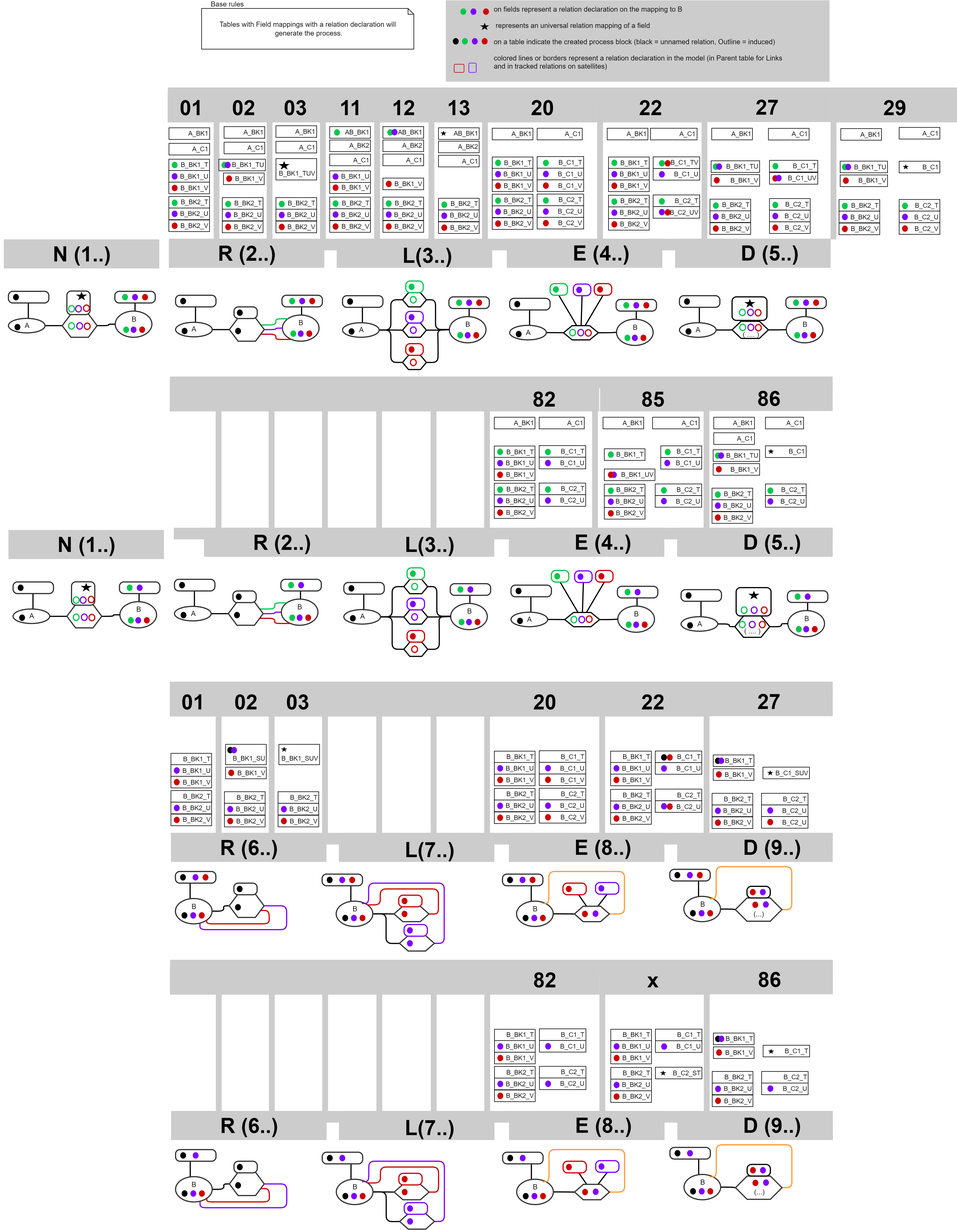
cimt-ag/data_vault_pipelinedescription keeps this draw.io diagram as documentation/images/relation_process_generation_scenarios.drawio.png. Above is the earlier version. Source tidied: cells renumbered, new cells last; positions are measured from the earlier drawing's top-left corner, leaving out a move shared by most shapes.
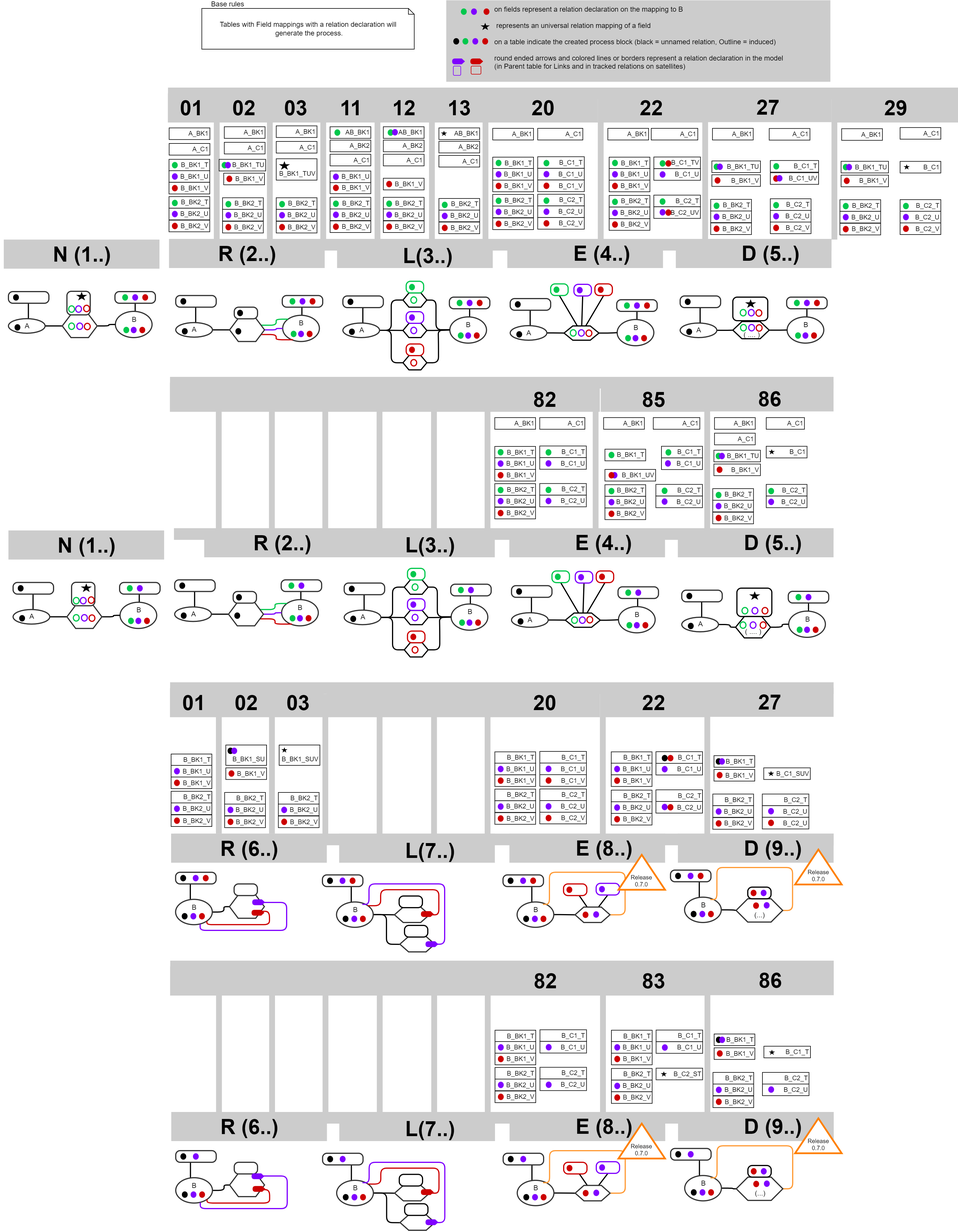
Above is the later version.

What changed in the source:
```diff
@@ -28,3 +28,3 @@
     </mxCell>
-    <mxCell id="10" value="on fields represent a relation declaration on the mapping to B&#10;&#10; represents an universal relation mapping of a field&#10;&#10;on a table indicate the created process block (black = unnamed relation, Outline = induced)&#10;&#10;colored lines or borders represent a relation declaration in the model (in Parent table for Links&#10;and in tracked relations on satellites) " style="shape=rect;shadow=0;strokeWidth=0;strokeColor=none;fillColor=#cccccc;opacity=100.0;nl2Br=0;verticalAlign=top;align=left;spacingLeft=81;spacingRight=0;spacingTop=2;spacingBottom=2;gliffyId=392;" parent="1" vertex="1">
+    <mxCell id="10" value="on fields represent a relation declaration on the mapping to B&#10;&#10; represents an universal relation mapping of a field&#10;&#10;on a table indicate the created process block (black = unnamed relation, Outline = induced)&#10;&#10;round ended arrows and colored lines or borders represent a relation declaration in the model &#10;(in Parent table for Links and in tracked relations on satellites) " style="shape=rect;shadow=0;strokeWidth=0;strokeColor=none;fillColor=#cccccc;opacity=100.0;nl2Br=0;verticalAlign=top;align=left;spacingLeft=81;spacingRight=0;spacingTop=2;spacingBottom=2;gliffyId=392;" parent="1" vertex="1">
       <mxGeometry x="760.2" width="660" height="140" as="geometry" />
@@ -265,3 +265,3 @@
     </mxCell>
-    <mxCell id="78" style="ellipse;whiteSpace=wrap;html=1;strokeColor=none;fillColor=#7f00ff;" parent="1" vertex="1">
+    <mxCell id="78" style="ellipse;whiteSpace=wrap;html=1;strokeColor=none;fillColor=#7F00FF;" parent="1" vertex="1">
       <mxGeometry x="802.9" y="14" width="10" height="11" as="geometry" />
@@ -274,3 +274,3 @@
     </mxCell>
-    <mxCell id="81" style="ellipse;whiteSpace=wrap;html=1;strokeColor=none;fillColor=#00c74c;" parent="1" vertex="1">
+    <mxCell id="81" style="ellipse;whiteSpace=wrap;html=1;strokeColor=none;fillColor=#00C74C;" parent="1" vertex="1">
       <mxGeometry x="788.1" y="65" width="10" height="11" as="geometry" />
@@ -280,3 +280,3 @@
     </mxCell>
-    <mxCell id="83" style="ellipse;whiteSpace=wrap;html=1;strokeColor=none;fillColor=#cc0000;" parent="1" vertex="1">
+    <mxCell id="83" style="ellipse;whiteSpace=wrap;html=1;strokeColor=none;fillColor=#CC0000;" parent="1" vertex="1">
       <mxGeometry x="822.1" y="65" width="10" height="11" as="geometry" />
@@ -284,6 +284,6 @@
     <mxCell id="84" style="rounded=1;whiteSpace=wrap;html=1;fontFamily=Helvetica;fontSize=11;fontColor=default;strokeColor=#7f00ff;fillColor=none;" parent="1" vertex="1">
-      <mxGeometry x="799.9" y="108" width="12.8" height="16" as="geometry" />
+      <mxGeometry x="772.4" y="113" width="12.8" height="16" as="geometry" />
     </mxCell>
     <mxCell id="85" style="rounded=1;whiteSpace=wrap;html=1;fontFamily=Helvetica;fontSize=11;fontColor=default;strokeColor=#cc0000;fillColor=none;" parent="1" vertex="1">
-      <mxGeometry x="774.6" y="110" width="17" height="14" as="geometry" />
+      <mxGeometry x="802.9" y="113" width="17" height="14" as="geometry" />
     </mxCell>
@@ -912,5 +912,5 @@
         <Array as="points">
-          <mxPoint x="486.5" y="1557.2" />
-          <mxPoint x="486.5" y="1598.2" />
-          <mxPoint x="337.5" y="1598.2" />
+          <mxPoint x="486" y="1550" />
+          <mxPoint x="486" y="1598" />
+          <mxPoint x="337" y="1598" />
         </Array>
@@ -930,5 +930,2 @@
     </mxCell>
-    <mxCell id="263" style="ellipse;whiteSpace=wrap;html=1;strokeColor=none;fillColor=#000000;" parent="1" vertex="1">
-      <mxGeometry x="397.7" y="1554.2" width="10" height="11" as="geometry" />
-    </mxCell>
     <mxCell id="264" style="ellipse;whiteSpace=wrap;html=1;strokeColor=none;fillColor=#7f00ff;" parent="1" vertex="1">
@@ -948,5 +945,2 @@
     </mxCell>
-    <mxCell id="269" style="ellipse;whiteSpace=wrap;html=1;strokeColor=none;fillColor=#000000;" parent="1" vertex="1">
-      <mxGeometry x="400.7" y="1522.7" width="10" height="11" as="geometry" />
-    </mxCell>
     <mxCell id="270" style="ellipse;whiteSpace=wrap;html=1;strokeColor=none;fillColor=#000000;" parent="1" vertex="1">
@@ -1010,5 +1004,2 @@
     </mxCell>
-    <mxCell id="280" style="ellipse;whiteSpace=wrap;html=1;strokeColor=none;fillColor=#CC0000;" parent="1" vertex="1">
-      <mxGeometry x="684.3" y="1565.7" width="10" height="11" as="geometry" />
-    </mxCell>
     <mxCell id="281" style="ellipse;whiteSpace=wrap;html=1;strokeColor=none;fillColor=#7f00ff;" parent="1" vertex="1">
@@ -1025,8 +1016,5 @@
     </mxCell>
-    <mxCell id="285" value="&lt;div style=&quot;width: 93.0px;height:auto;word-break: break-word;&quot;&gt;&lt;div align=&quot;center&quot;&gt;&lt;br&gt;&lt;/div&gt;&lt;/div&gt;" style="shape=rect;rounded=1;arcSize=15;absoluteArcSize=1;shadow=0;strokeWidth=2;fillColor=#FFFFFF;strokeColor=#CC0000;opacity=100.0;html=1;nl2Br=0;verticalAlign=middle;align=center;spacingLeft=2.0;spacingRight=0;whiteSpace=wrap;gliffyId=15;" parent="1" vertex="1">
+    <mxCell id="285" value="&lt;div style=&quot;width: 93.0px;height:auto;word-break: break-word;&quot;&gt;&lt;div align=&quot;center&quot;&gt;&lt;br&gt;&lt;/div&gt;&lt;/div&gt;" style="shape=rect;rounded=1;arcSize=15;absoluteArcSize=1;shadow=0;strokeWidth=2;fillColor=#FFFFFF;strokeColor=#000000;opacity=100.0;html=1;nl2Br=0;verticalAlign=middle;align=center;spacingLeft=2.0;spacingRight=0;whiteSpace=wrap;gliffyId=15;" parent="1" vertex="1">
       <mxGeometry x="679.3" y="1539" width="40" height="20" as="geometry" />
     </mxCell>
-    <mxCell id="286" style="ellipse;whiteSpace=wrap;html=1;strokeColor=none;fillColor=#CC0000;" parent="1" vertex="1">
-      <mxGeometry x="684.3" y="1543.5" width="10" height="11" as="geometry" />
-    </mxCell>
     <mxCell id="287" style="ellipse;whiteSpace=wrap;html=1;strokeColor=none;fillColor=#000000;" parent="1" vertex="1">
@@ -1040,11 +1028,5 @@
     </mxCell>
-    <mxCell id="290" style="ellipse;whiteSpace=wrap;html=1;strokeColor=none;fillColor=#7F00FF;" parent="1" vertex="1">
-      <mxGeometry x="693.5" y="1616.2" width="10" height="11" as="geometry" />
-    </mxCell>
-    <mxCell id="291" value="&lt;div style=&quot;width: 93.0px;height:auto;word-break: break-word;&quot;&gt;&lt;div align=&quot;center&quot;&gt;&lt;br&gt;&lt;/div&gt;&lt;/div&gt;" style="shape=rect;rounded=1;arcSize=15;absoluteArcSize=1;shadow=0;strokeWidth=2;fillColor=#FFFFFF;strokeColor=#7F00FF;opacity=100.0;html=1;nl2Br=0;verticalAlign=middle;align=center;spacingLeft=2.0;spacingRight=0;whiteSpace=wrap;gliffyId=15;" parent="1" vertex="1">
+    <mxCell id="291" value="&lt;div style=&quot;width: 93.0px;height:auto;word-break: break-word;&quot;&gt;&lt;div align=&quot;center&quot;&gt;&lt;br&gt;&lt;/div&gt;&lt;/div&gt;" style="shape=rect;rounded=1;arcSize=15;absoluteArcSize=1;shadow=0;strokeWidth=2;fillColor=#FFFFFF;strokeColor=#000000;opacity=100.0;html=1;nl2Br=0;verticalAlign=middle;align=center;spacingLeft=2.0;spacingRight=0;whiteSpace=wrap;gliffyId=15;" parent="1" vertex="1">
       <mxGeometry x="688.5" y="1589.5" width="40" height="20" as="geometry" />
     </mxCell>
-    <mxCell id="292" style="ellipse;whiteSpace=wrap;html=1;strokeColor=none;fillColor=#7F00FF;" parent="1" vertex="1">
-      <mxGeometry x="693.5" y="1594" width="10" height="11" as="geometry" />
-    </mxCell>
     <mxCell id="293" style="shape=filledEdge;strokeWidth=2;strokeColor=#000000;fillColor=none;startArrow=none;startFill=0;startSize=6;endArrow=none;endFill=0;endSize=6;rounded=1;gliffyId=17;edgeStyle=orthogonalEdgeStyle;" parent="1" edge="1">
@@ -2143,5 +2125,5 @@
         <Array as="points">
-          <mxPoint x="486.7" y="2035.5" />
-          <mxPoint x="486.7" y="2076.4" />
-          <mxPoint x="337.7" y="2076.4" />
+          <mxPoint x="487" y="2020" />
+          <mxPoint x="487" y="2076" />
+          <mxPoint x="338" y="2076" />
         </Array>
@@ -2161,5 +2143,2 @@
     </mxCell>
-    <mxCell id="646" style="ellipse;whiteSpace=wrap;html=1;strokeColor=none;fillColor=#000000;" parent="1" vertex="1">
-      <mxGeometry x="398" y="2032.5" width="10" height="11" as="geometry" />
-    </mxCell>
     <mxCell id="647" style="ellipse;whiteSpace=wrap;html=1;strokeColor=none;fillColor=#7f00ff;" parent="1" vertex="1">
@@ -2176,5 +2155,2 @@
     </mxCell>
-    <mxCell id="651" style="ellipse;whiteSpace=wrap;html=1;strokeColor=none;fillColor=#000000;" parent="1" vertex="1">
-      <mxGeometry x="401" y="2001" width="10" height="11" as="geometry" />
-    </mxCell>
     <mxCell id="652" style="ellipse;whiteSpace=wrap;html=1;strokeColor=none;fillColor=#000000;" parent="1" vertex="1">
@@ -2238,5 +2214,2 @@
     </mxCell>
-    <mxCell id="662" style="ellipse;whiteSpace=wrap;html=1;strokeColor=none;fillColor=#CC0000;" parent="1" vertex="1">
-      <mxGeometry x="684.5" y="2043.9" width="10" height="11" as="geometry" />
-    </mxCell>
     <mxCell id="663" style="ellipse;whiteSpace=wrap;html=1;strokeColor=none;fillColor=#7f00ff;" parent="1" vertex="1">
@@ -2250,8 +2223,5 @@
     </mxCell>
-    <mxCell id="666" value="&lt;div style=&quot;width: 93.0px;height:auto;word-break: break-word;&quot;&gt;&lt;div align=&quot;center&quot;&gt;&lt;br&gt;&lt;/div&gt;&lt;/div&gt;" style="shape=rect;rounded=1;arcSize=15;absoluteArcSize=1;shadow=0;strokeWidth=2;fillColor=#FFFFFF;strokeColor=#CC0000;opacity=100.0;html=1;nl2Br=0;verticalAlign=middle;align=center;spacingLeft=2.0;spacingRight=0;whiteSpace=wrap;gliffyId=15;" parent="1" vertex="1">
+    <mxCell id="666" value="&lt;div style=&quot;width: 93.0px;height:auto;word-break: break-word;&quot;&gt;&lt;div align=&quot;center&quot;&gt;&lt;br&gt;&lt;/div&gt;&lt;/div&gt;" style="shape=rect;rounded=1;arcSize=15;absoluteArcSize=1;shadow=0;strokeWidth=2;fillColor=#FFFFFF;strokeColor=#000000;opacity=100.0;html=1;nl2Br=0;verticalAlign=middle;align=center;spacingLeft=2.0;spacingRight=0;whiteSpace=wrap;gliffyId=15;" parent="1" vertex="1">
       <mxGeometry x="679.5" y="2017.2" width="40" height="20" as="geometry" />
     </mxCell>
-    <mxCell id="667" style="ellipse;whiteSpace=wrap;html=1;strokeColor=none;fillColor=#CC0000;" parent="1" vertex="1">
-      <mxGeometry x="684.5" y="2021.7" width="10" height="11" as="geometry" />
-    </mxCell>
     <mxCell id="668" style="ellipse;whiteSpace=wrap;html=1;strokeColor=none;fillColor=#000000;" parent="1" vertex="1">
@@ -2265,11 +2235,5 @@
     </mxCell>
-    <mxCell id="671" style="ellipse;whiteSpace=wrap;html=1;strokeColor=none;fillColor=#7F00FF;" parent="1" vertex="1">
-      <mxGeometry x="693.8" y="2094.4" width="10" height="11" as="geometry" />
-    </mxCell>
-    <mxCell id="672" value="&lt;div style=&quot;width: 93.0px;height:auto;word-break: break-word;&quot;&gt;&lt;div align=&quot;center&quot;&gt;&lt;br&gt;&lt;/div&gt;&lt;/div&gt;" style="shape=rect;rounded=1;arcSize=15;absoluteArcSize=1;shadow=0;strokeWidth=2;fillColor=#FFFFFF;strokeColor=#7F00FF;opacity=100.0;html=1;nl2Br=0;verticalAlign=middle;align=center;spacingLeft=2.0;spacingRight=0;whiteSpace=wrap;gliffyId=15;" parent="1" vertex="1">
+    <mxCell id="672" value="&lt;div style=&quot;width: 93.0px;height:auto;word-break: break-word;&quot;&gt;&lt;div align=&quot;center&quot;&gt;&lt;br&gt;&lt;/div&gt;&lt;/div&gt;" style="shape=rect;rounded=1;arcSize=15;absoluteArcSize=1;shadow=0;strokeWidth=2;fillColor=#FFFFFF;strokeColor=#000000;opacity=100.0;html=1;nl2Br=0;verticalAlign=middle;align=center;spacingLeft=2.0;spacingRight=0;whiteSpace=wrap;gliffyId=15;" parent="1" vertex="1">
       <mxGeometry x="688.8" y="2067.7" width="40" height="20" as="geometry" />
     </mxCell>
-    <mxCell id="673" style="ellipse;whiteSpace=wrap;html=1;strokeColor=none;fillColor=#7F00FF;" parent="1" vertex="1">
-      <mxGeometry x="693.8" y="2072.2" width="10" height="11" as="geometry" />
-    </mxCell>
     <mxCell id="674" style="shape=filledEdge;strokeWidth=2;strokeColor=#000000;fillColor=none;startArrow=none;startFill=0;startSize=6;endArrow=none;endFill=0;endSize=6;rounded=1;gliffyId=17;edgeStyle=orthogonalEdgeStyle;" parent="1" edge="1">
@@ -2513,3 +2477,3 @@
     </mxCell>
-    <mxCell id="743" value="&lt;div style=&quot;width: 43.0px;height:auto;word-break: break-word;&quot;&gt;&lt;div align=&quot;center&quot;&gt;&lt;span style=&quot;font-family: Helvetica; font-size: 36px; text-decoration: none; line-height: 36px; font-weight: bold;&quot;&gt;x&lt;/span&gt;&lt;/div&gt;&lt;/div&gt;" style="shape=rect;shadow=0;strokeWidth=0;strokeColor=none;fillColor=#cccccc;opacity=100.0;html=1;nl2Br=0;verticalAlign=top;align=center;spacingLeft=2.0;spacingRight=0;spacingTop=1.0;spacingBottom=8;whiteSpace=wrap;gliffyId=345;" parent="1" vertex="1">
+    <mxCell id="743" value="&lt;div style=&quot;width: 43.0px;height:auto;word-break: break-word;&quot;&gt;&lt;div align=&quot;center&quot;&gt;&lt;span style=&quot;font-family: Helvetica; font-size: 36px; text-decoration: none; line-height: 36px; font-weight: bold;&quot;&gt;83&lt;/span&gt;&lt;/div&gt;&lt;/div&gt;" style="shape=rect;shadow=0;strokeWidth=0;strokeColor=none;fillColor=#cccccc;opacity=100.0;html=1;nl2Br=0;verticalAlign=top;align=center;spacingLeft=2.0;spacingRight=0;spacingTop=1.0;spacingBottom=8;whiteSpace=wrap;gliffyId=345;" parent="1" vertex="1">
       <mxGeometry x="1026" y="1660" width="180" height="50" as="geometry" />
@@ -2943,2 +2907,44 @@
     </mxCell>
+    <mxCell id="877" style="shape=display;whiteSpace=wrap;html=1;rotation=-180;fillColor=#CC0000;strokeColor=none;" parent="1" vertex="1">
+      <mxGeometry x="801.6" y="100" width="22" height="10" as="geometry" />
+    </mxCell>
+    <mxCell id="878" style="shape=display;whiteSpace=wrap;html=1;rotation=-180;fillColor=#7F00FF;strokeColor=none;" parent="1" vertex="1">
+      <mxGeometry x="770.4" y="100" width="22" height="10" as="geometry" />
+    </mxCell>
+    <mxCell id="879" style="shape=display;whiteSpace=wrap;html=1;rotation=-180;fillColor=#CC0000;strokeColor=none;" parent="1" vertex="1">
+      <mxGeometry x="716.8" y="1565" width="22" height="10" as="geometry" />
+    </mxCell>
+    <mxCell id="880" style="shape=display;whiteSpace=wrap;html=1;rotation=-180;fillColor=#7F00FF;strokeColor=none;" parent="1" vertex="1">
+      <mxGeometry x="724.6" y="1616.7" width="22" height="10" as="geometry" />
+    </mxCell>
+    <mxCell id="881" style="shape=display;whiteSpace=wrap;html=1;rotation=-180;fillColor=#CC0000;strokeColor=none;" parent="1" vertex="1">
+      <mxGeometry x="425.7" y="1562.7" width="22" height="10" as="geometry" />
+    </mxCell>
+    <mxCell id="882" style="shape=display;whiteSpace=wrap;html=1;rotation=-180;fillColor=#7F00FF;strokeColor=none;" parent="1" vertex="1">
+      <mxGeometry x="426.9" y="1544.7" width="22" height="10" as="geometry" />
+    </mxCell>
+    <mxCell id="883" style="shape=display;whiteSpace=wrap;html=1;rotation=-180;fillColor=#CC0000;strokeColor=none;" parent="1" vertex="1">
+      <mxGeometry x="716.8" y="2042.7" width="22" height="10" as="geometry" />
+    </mxCell>
+    <mxCell id="884" style="shape=display;whiteSpace=wrap;html=1;rotation=-180;fillColor=#7F00FF;strokeColor=none;" parent="1" vertex="1">
+      <mxGeometry x="724.6" y="2094.4" width="22" height="10" as="geometry" />
+    </mxCell>
+    <mxCell id="885" style="shape=display;whiteSpace=wrap;html=1;rotation=-180;fillColor=#CC0000;strokeColor=none;" parent="1" vertex="1">
+      <mxGeometry x="427.5" y="2037.2" width="22" height="10" as="geometry" />
+    </mxCell>
+    <mxCell id="886" style="shape=display;whiteSpace=wrap;html=1;rotation=-180;fillColor=#7F00FF;strokeColor=none;" parent="1" vertex="1">
+      <mxGeometry x="425.7" y="2015.4" width="22" height="10" as="geometry" />
+    </mxCell>
+    <mxCell id="887" value="Release&lt;br style=&quot;font-size: 10px;&quot;&gt;0.7.0" style="triangle;whiteSpace=wrap;html=1;direction=north;verticalAlign=bottom;fontSize=10;strokeColor=#FF8000;strokeWidth=3;" parent="1" vertex="1">
+      <mxGeometry x="1359.6" y="1921" width="80" height="60" as="geometry" />
+    </mxCell>
+    <mxCell id="888" value="Release&lt;br style=&quot;font-size: 10px;&quot;&gt;0.7.0" style="triangle;whiteSpace=wrap;html=1;direction=north;verticalAlign=bottom;fontSize=10;strokeColor=#FF8000;strokeWidth=3;" parent="1" vertex="1">
+      <mxGeometry x="1056.1" y="1930" width="80" height="60" as="geometry" />
+    </mxCell>
+    <mxCell id="889" value="Release&lt;br style=&quot;font-size: 10px;&quot;&gt;0.7.0" style="triangle;whiteSpace=wrap;html=1;direction=north;verticalAlign=bottom;fontSize=10;strokeColor=#FF8000;strokeWidth=3;" parent="1" vertex="1">
+      <mxGeometry x="1359.6" y="1459.2" width="80" height="60" as="geometry" />
+    </mxCell>
+    <mxCell id="890" value="Release&lt;br style=&quot;font-size: 10px;&quot;&gt;0.7.0" style="triangle;whiteSpace=wrap;html=1;direction=north;verticalAlign=bottom;fontSize=10;strokeColor=#FF8000;strokeWidth=3;" parent="1" vertex="1">
+      <mxGeometry x="1056.1" y="1468.2" width="80" height="60" as="geometry" />
+    </mxCell>
   </root>
```
